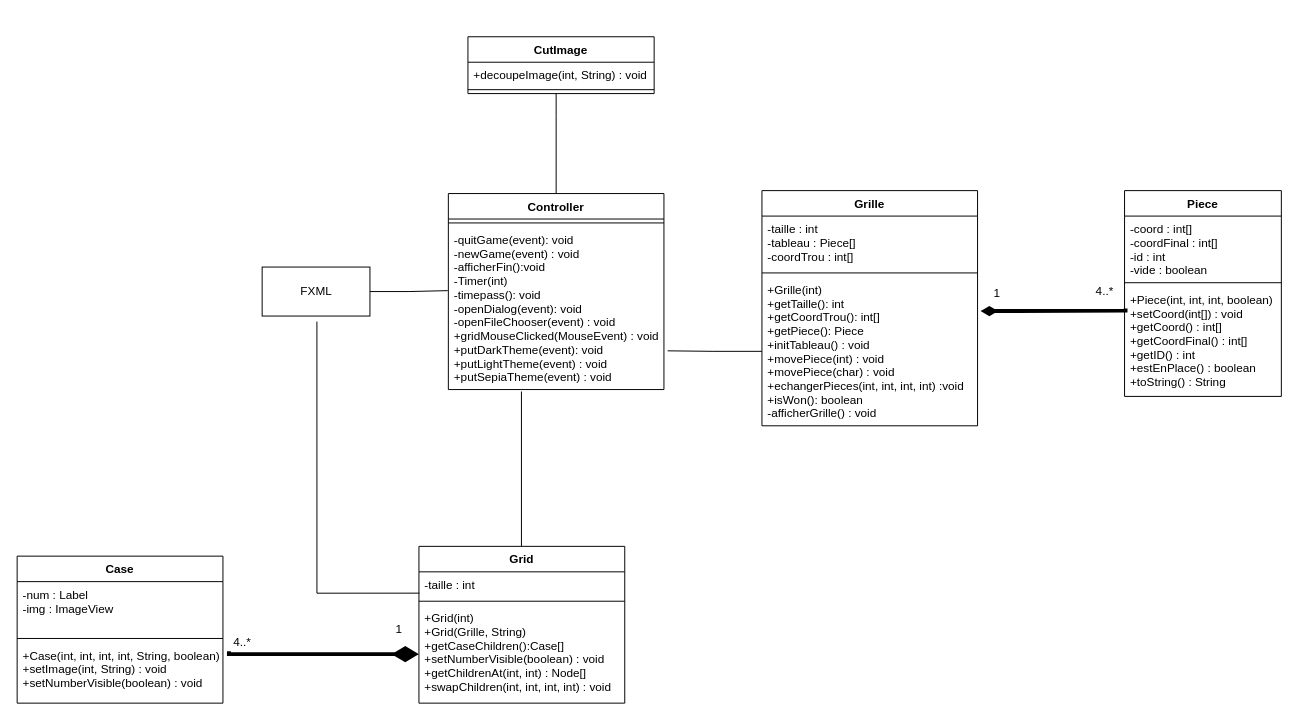
Before: Diagramme_Classes.drawio in tiphainewo/Projet-Taquin, a draw.io diagram. Source tidied: cells renumbered, new cells numbered last; positions are measured from the earlier drawing's top-left corner, leaving out a move shared by most shapes. Both pictures are drawn from the tidied source at 98%, with x=0, y=0 at pixel (17, 36).
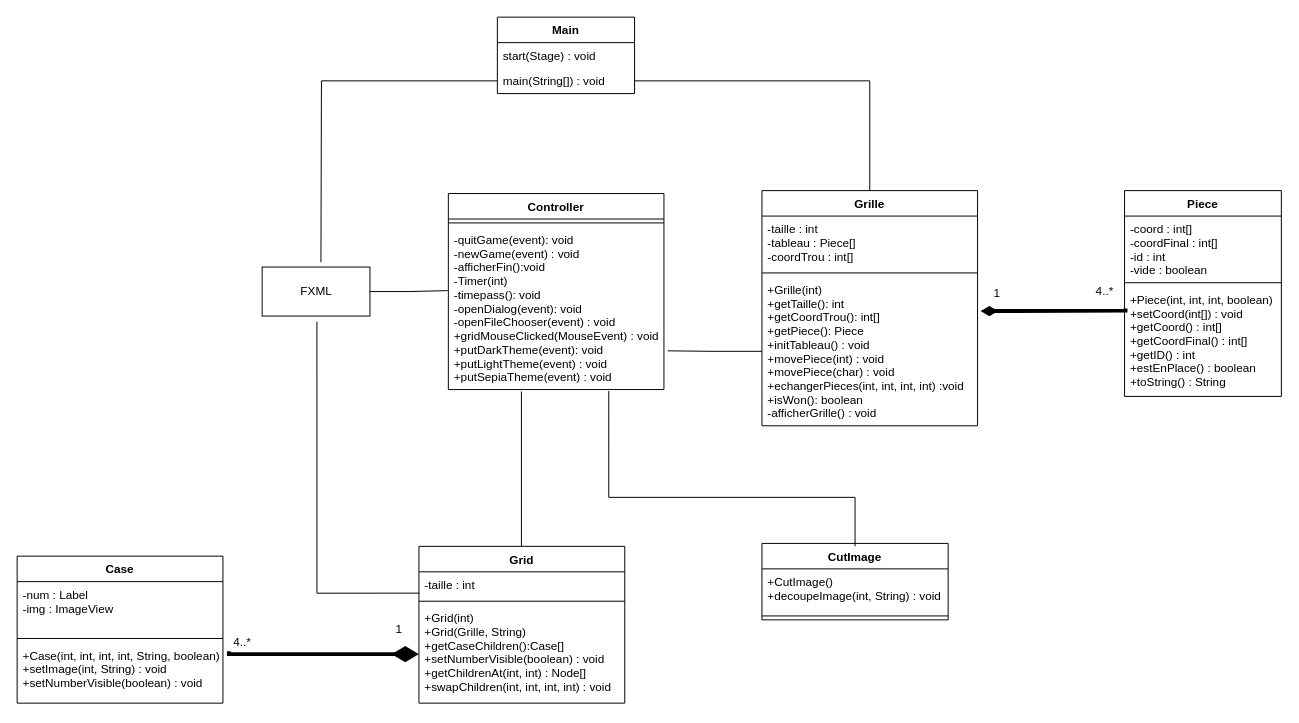
Above is the later version.

Unchanged cells that the change refers to:
```xml
<mxCell id="5" value="Grille" style="swimlane;fontStyle=1;align=center;verticalAlign=top;horizontal=1;startSize=26;" parent="1" vertex="1">
  <mxGeometry x="760" y="157" width="220" height="240" as="geometry" />
</mxCell>
<mxCell id="13" value="Controller" style="swimlane;fontStyle=1;align=center;verticalAlign=top;horizontal=1;startSize=26;" parent="1" vertex="1">
  <mxGeometry x="440" y="160" width="220" height="200" as="geometry" />
</mxCell>
<mxCell id="15" value="-quitGame(event): void&#10;-newGame(event) : void&#10;-afficherFin():void&#10;-Timer(int)&#10;-timepass(): void&#10;-openDialog(event): void&#10;-openFileChooser(event) : void&#10;+gridMouseClicked(MouseEvent) : void&#10;+putDarkTheme(event): void&#10;+putLightTheme(event) : void&#10;+putSepiaTheme(event) : void" style="text;strokeColor=none;fillColor=none;align=left;verticalAlign=top;spacingLeft=4;spacingRight=4;overflow=hidden;points=[[0,0.5],[1,0.5]];portConstraint=eastwest;" parent="13" vertex="1">
  <mxGeometry y="34" width="220" height="166" as="geometry" />
</mxCell>
```

The edit, as a diff of the source:
```diff
@@
-    <mxCell id="20" style="edgeStyle=orthogonalEdgeStyle;rounded=0;jettySize=auto;html=1;entryX=0.5;entryY=0;entryDx=0;entryDy=0;endArrow=none;endFill=0;" parent="1" edge="1" source="21" target="13">
-      <mxGeometry relative="1" as="geometry">
-        <Array as="points">
-          <mxPoint x="550" y="80" />
-          <mxPoint x="550" y="80" />
-        </Array>
-      </mxGeometry>
-    </mxCell>
     <mxCell id="21" value="CutImage" style="swimlane;fontStyle=1;align=center;verticalAlign=top;horizontal=1;startSize=26;" parent="1" vertex="1">
-      <mxGeometry x="460" width="190" height="58" as="geometry" />
+      <mxGeometry x="760" y="517" width="190" height="78" as="geometry" />
     </mxCell>
-    <mxCell id="22" value="+decoupeImage(int, String) : void" style="text;strokeColor=none;fillColor=none;align=left;verticalAlign=top;spacingLeft=4;spacingRight=4;overflow=hidden;" parent="21" vertex="1">
-      <mxGeometry y="26" width="190" height="24" as="geometry" />
+    <mxCell id="22" value="+CutImage()&#10;+decoupeImage(int, String) : void" style="text;strokeColor=none;fillColor=none;align=left;verticalAlign=top;spacingLeft=4;spacingRight=4;overflow=hidden;" parent="21" vertex="1">
+      <mxGeometry y="26" width="190" height="44" as="geometry" />
     </mxCell>
     <mxCell id="23" style="line;strokeWidth=1;fillColor=none;align=left;verticalAlign=middle;spacingTop=-1;spacingLeft=3;spacingRight=3;labelPosition=right;" parent="21" vertex="1">
-      <mxGeometry y="50" width="190" height="8" as="geometry" />
+      <mxGeometry y="70" width="190" height="8" as="geometry" />
     </mxCell>
@@
+    <mxCell id="36" style="edgeStyle=orthogonalEdgeStyle;rounded=0;jettySize=auto;html=1;entryX=0.744;entryY=1.009;entryDx=0;entryDy=0;entryPerimeter=0;endArrow=none;endFill=0;" parent="1" edge="1" target="15">
+      <mxGeometry relative="1" as="geometry">
+        <mxPoint x="855" y="520" as="sourcePoint" />
+        <Array as="points">
+          <mxPoint x="855" y="470" />
+          <mxPoint x="604" y="470" />
+        </Array>
+      </mxGeometry>
+    </mxCell>
+    <mxCell id="37" value="Main" style="swimlane;fontStyle=1;horizontal=1;startSize=26;fillColor=none;" parent="1" vertex="1">
+      <mxGeometry x="490" y="-20" width="140" height="78" as="geometry" />
+    </mxCell>
+    <mxCell id="38" value="start(Stage) : void" style="text;strokeColor=none;fillColor=none;align=left;verticalAlign=top;spacingLeft=4;spacingRight=4;overflow=hidden;" parent="37" vertex="1">
+      <mxGeometry y="26" width="140" height="26" as="geometry" />
+    </mxCell>
+    <mxCell id="39" value="main(String[]) : void" style="text;strokeColor=none;fillColor=none;align=left;verticalAlign=top;spacingLeft=4;spacingRight=4;overflow=hidden;points=[[0,0.5],[1,0.5]];portConstraint=eastwest;" parent="37" vertex="1">
+      <mxGeometry y="52" width="140" height="26" as="geometry" />
+    </mxCell>
+    <mxCell id="40" style="edgeStyle=orthogonalEdgeStyle;rounded=0;jettySize=auto;html=1;endArrow=none;endFill=0;" parent="1" edge="1" source="39">
+      <mxGeometry relative="1" as="geometry">
+        <mxPoint x="310" y="230" as="targetPoint" />
+      </mxGeometry>
+    </mxCell>
+    <mxCell id="41" style="edgeStyle=orthogonalEdgeStyle;rounded=0;jettySize=auto;html=1;entryX=0.5;entryY=0;entryDx=0;entryDy=0;endArrow=none;endFill=0;" parent="1" edge="1" source="39" target="5">
+      <mxGeometry relative="1" as="geometry" />
+    </mxCell>
```
